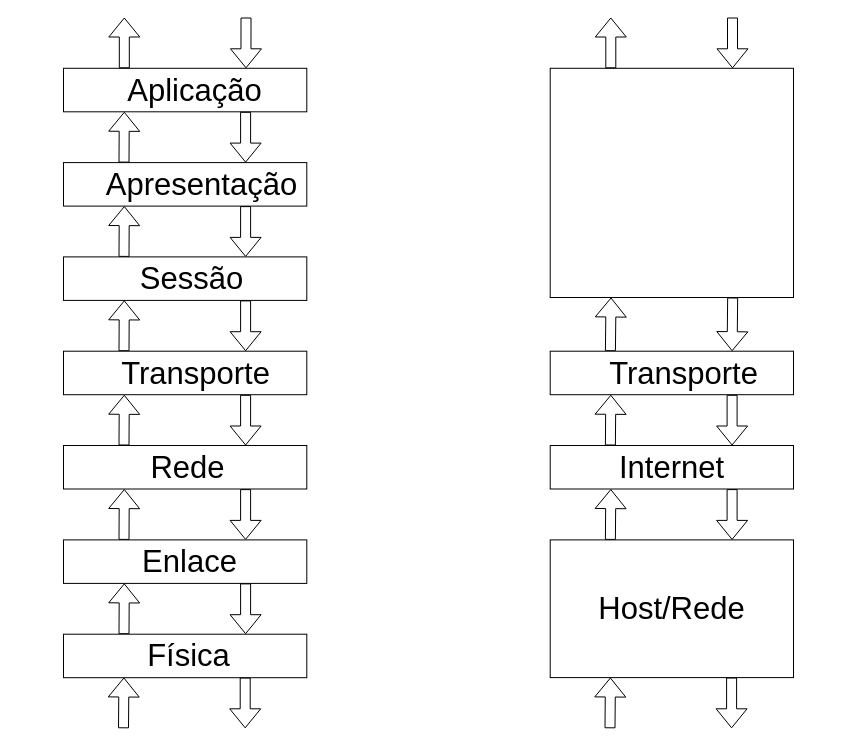
Above: page "Page-3" (3 of 3) of docs/drawings/pilha.drawio in lasarojc/ds_notes (draw.io), before the change. Source tidied: cells renumbered, new cells numbered last; positions are measured from the earlier drawing's top-left corner, leaving out a move shared by most shapes. Both pictures are drawn from the tidied source at 100%, with x=0, y=0 at pixel (63, 17).
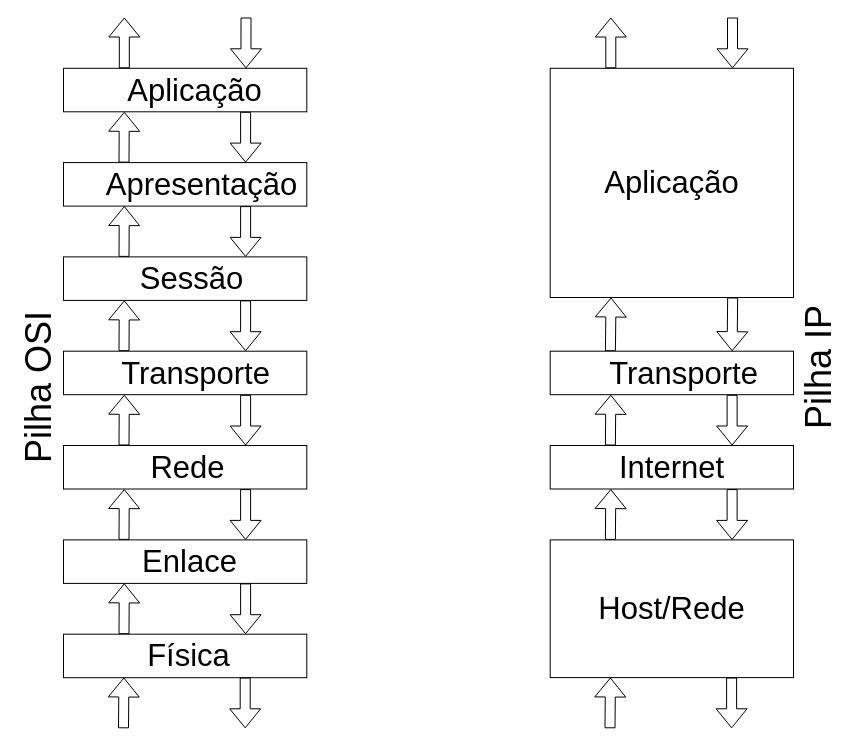
The same page after the edit.

Change to the diagram source:
```diff
@@
+    <mxCell id="49" value="Pilha OSI" style="text;html=1;strokeColor=none;fillColor=none;align=center;verticalAlign=middle;whiteSpace=wrap;rounded=0;fontSize=36;rotation=-90;" parent="1" vertex="1">
+      <mxGeometry x="-140" y="360" width="230" height="20" as="geometry" />
+    </mxCell>
+    <mxCell id="50" value="Pilha IP" style="text;html=1;strokeColor=none;fillColor=none;align=center;verticalAlign=middle;whiteSpace=wrap;rounded=0;fontSize=36;rotation=-90;" parent="1" vertex="1">
+      <mxGeometry x="640" y="340" width="230" height="20" as="geometry" />
+    </mxCell>
+    <mxCell id="51" value="Aplicação" style="text;html=1;align=center;verticalAlign=middle;fontSize=31;" parent="1" vertex="1">
+      <mxGeometry x="533.3" y="145.4" width="150" height="40" as="geometry" />
+    </mxCell>
```
